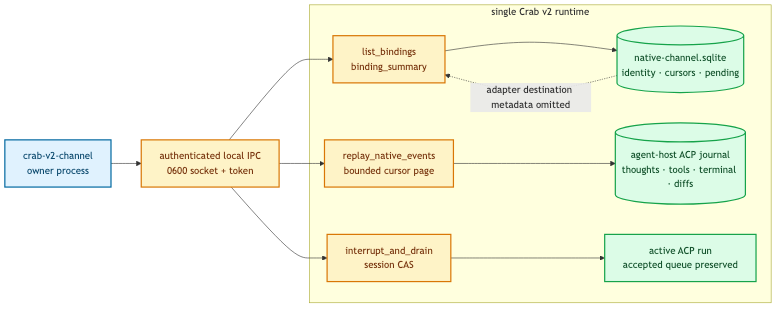
fontanierh/crab keeps this Mermaid diagram as v2/docs/channel-operations-flow.png. Above is the earlier version. Its source is kept beside it as v2/docs/channel-operations-flow.mmd.
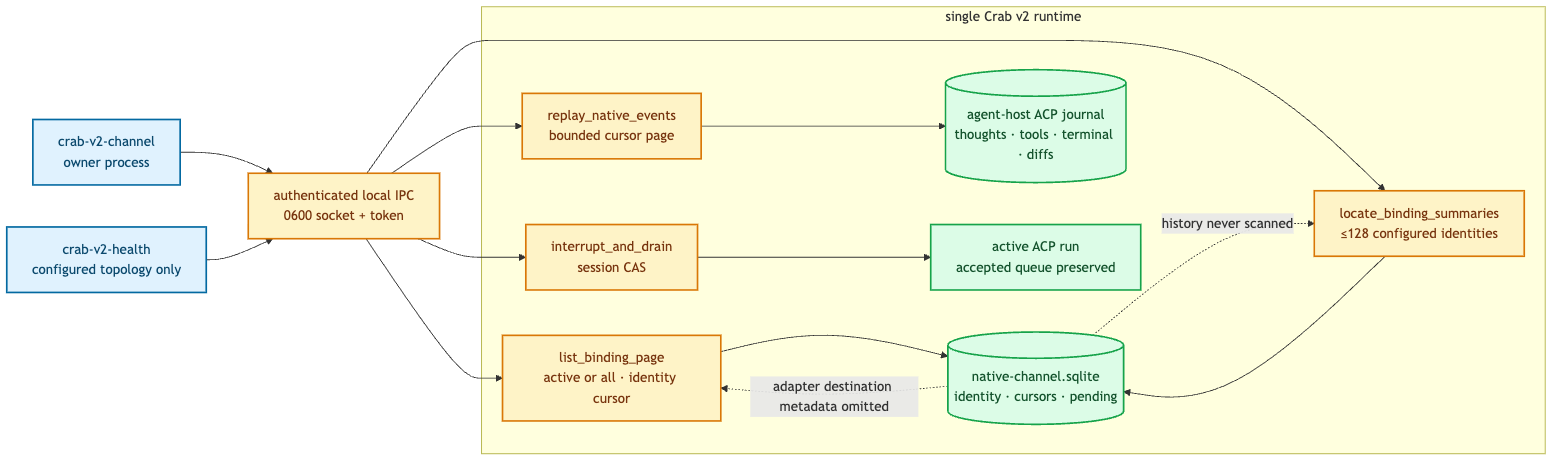
After the commit.

The edit, as a diff of the source:
```diff
@@ -1,9 +1,11 @@
 flowchart LR
     CLI["crab-v2-channel<br/>owner process"]
+    HEALTH["crab-v2-health<br/>configured topology only"]
     IPC["authenticated local IPC<br/>0600 socket + token"]
 
     subgraph RUNTIME["single Crab v2 runtime"]
-        CATALOG["list_bindings<br/>binding_summary"]
+        PAGE["list_binding_page<br/>active or all · identity cursor"]
+        LOCATE["locate_binding_summaries<br/>≤128 configured identities"]
         STORE[("native-channel.sqlite<br/>identity · cursors · pending")]
         EVENTS["replay_native_events<br/>bounded cursor page"]
         JOURNAL[("agent-host ACP journal<br/>thoughts · tools · terminal · diffs")]
@@ -12,14 +14,17 @@
     end
 
     CLI --> IPC
-    IPC --> CATALOG --> STORE
+    HEALTH --> IPC
+    IPC --> PAGE --> STORE
+    IPC --> LOCATE --> STORE
     IPC --> EVENTS --> JOURNAL
     IPC --> INTERRUPT --> RUN
-    STORE -. "adapter destination metadata omitted" .-> CATALOG
+    STORE -. "adapter destination metadata omitted" .-> PAGE
+    STORE -. "history never scanned" .-> LOCATE
 
     classDef owner fill:#e0f2fe,stroke:#0369a1,stroke-width:2px,color:#0c4a6e;
     classDef boundary fill:#fef3c7,stroke:#d97706,stroke-width:2px,color:#78350f;
     classDef durable fill:#dcfce7,stroke:#16a34a,stroke-width:2px,color:#14532d;
-    class CLI owner;
-    class IPC,CATALOG,EVENTS,INTERRUPT boundary;
+    class CLI,HEALTH owner;
+    class IPC,PAGE,LOCATE,EVENTS,INTERRUPT boundary;
     class STORE,JOURNAL,RUN durable;
```
